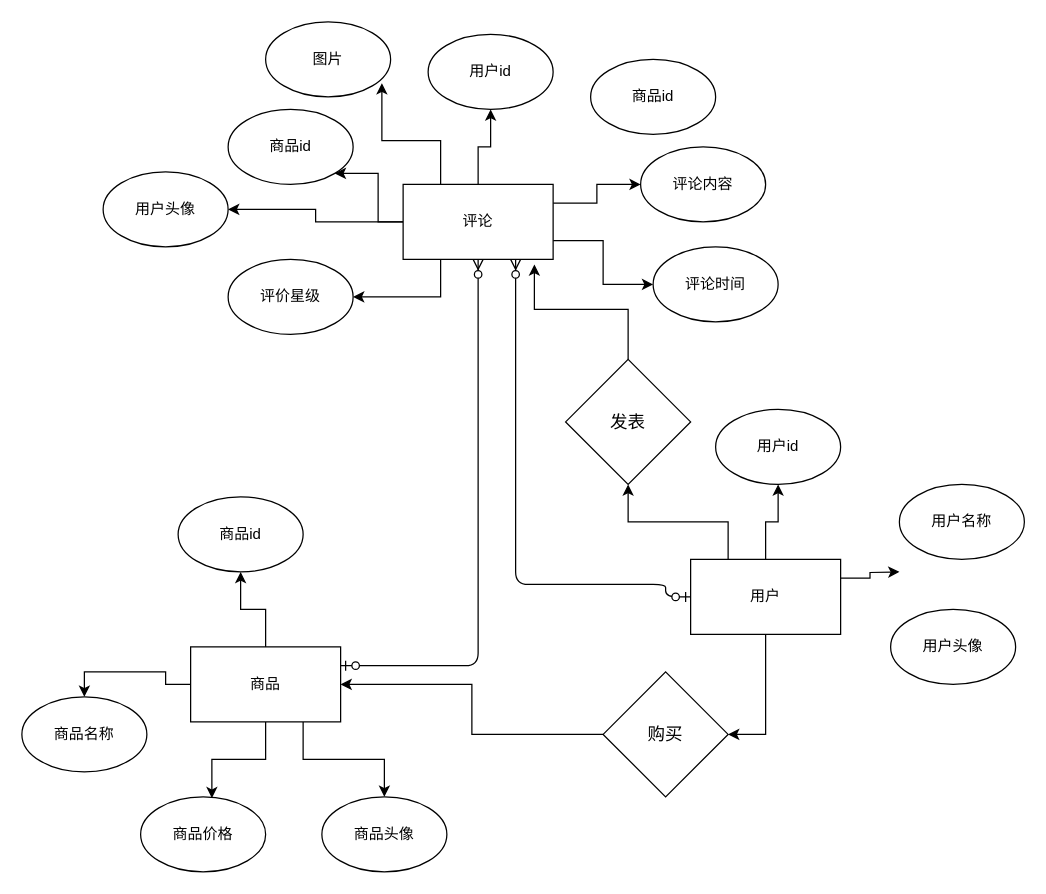
Above: page "Ã§Â¬Â¬ 1 Ã©Â¡Âµ" (1 of 3) of 未命名表单.drawio in tangbaoabo/drad (draw.io), before the change. Source tidied: cells renumbered, new cells numbered last; positions are measured from the earlier drawing's top-left corner, leaving out a move shared by most shapes. Both pictures are drawn from the tidied source at 125%, with x=0, y=0 at pixel (21, 21).
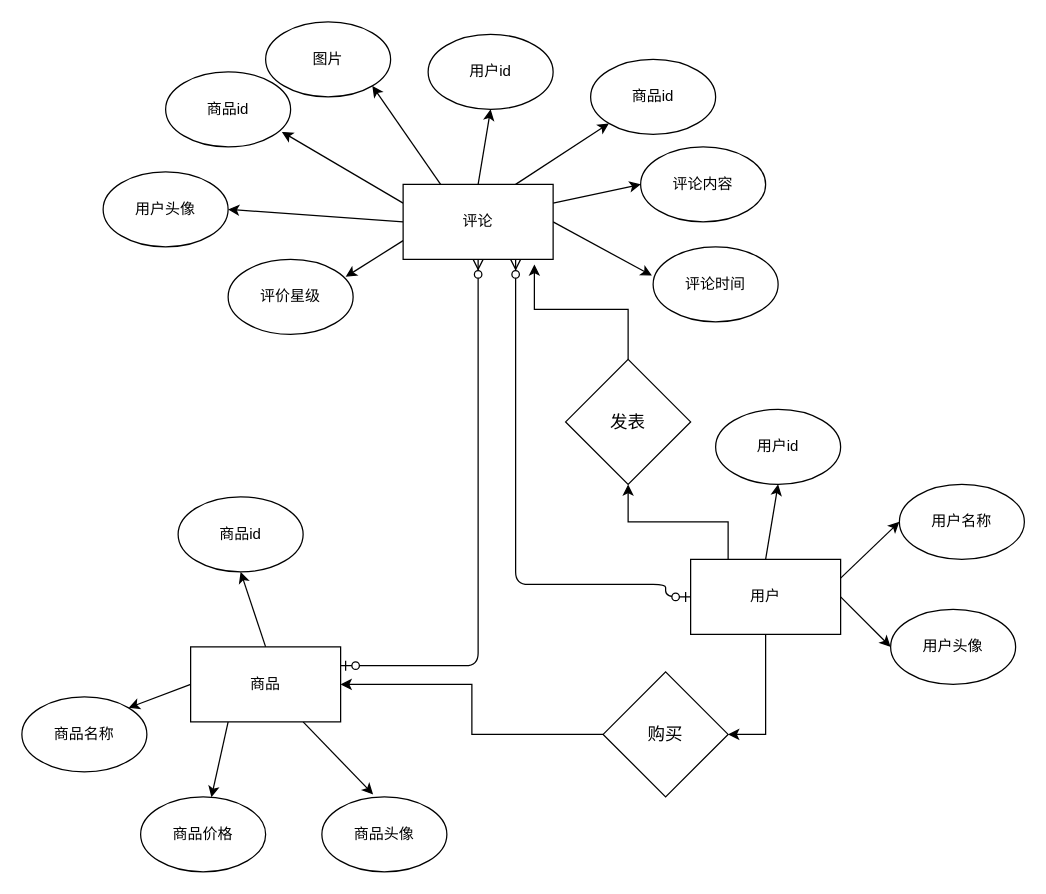
After the change.

Unchanged cells that the change refers to:
```xml
<mxCell id="9" value="评论" style="rounded=0;whiteSpace=wrap;html=1;" parent="1" vertex="1">
  <mxGeometry x="305" y="130" width="120" height="60" as="geometry" />
</mxCell>
<mxCell id="10" value="评论时间" style="ellipse;whiteSpace=wrap;html=1;" parent="1" vertex="1">
  <mxGeometry x="505" y="180" width="100" height="60" as="geometry" />
</mxCell>
<mxCell id="11" value="评论内容" style="ellipse;whiteSpace=wrap;html=1;" parent="1" vertex="1">
  <mxGeometry x="495" y="100" width="100" height="60" as="geometry" />
</mxCell>
<mxCell id="12" value="&lt;font style=&quot;font-size: 12px&quot;&gt;评价星级&lt;/font&gt;" style="ellipse;whiteSpace=wrap;html=1;" parent="1" vertex="1">
  <mxGeometry x="165" y="190" width="100" height="60" as="geometry" />
</mxCell>
<mxCell id="14" value="用户id" style="ellipse;whiteSpace=wrap;html=1;" parent="1" vertex="1">
  <mxGeometry x="325" y="10" width="100" height="60" as="geometry" />
</mxCell>
<mxCell id="19" value="商品" style="rounded=0;whiteSpace=wrap;html=1;" parent="1" vertex="1">
  <mxGeometry x="135" y="500" width="120" height="60" as="geometry" />
</mxCell>
<mxCell id="20" value="商品id" style="ellipse;whiteSpace=wrap;html=1;" parent="1" vertex="1">
  <mxGeometry x="125" y="380" width="100" height="60" as="geometry" />
</mxCell>
<mxCell id="21" value="商品名称" style="ellipse;whiteSpace=wrap;html=1;" parent="1" vertex="1">
  <mxGeometry y="540" width="100" height="60" as="geometry" />
</mxCell>
<mxCell id="22" value="商品价格" style="ellipse;whiteSpace=wrap;html=1;" parent="1" vertex="1">
  <mxGeometry x="95" y="620" width="100" height="60" as="geometry" />
</mxCell>
<mxCell id="23" value="商品头像" style="ellipse;whiteSpace=wrap;html=1;" parent="1" vertex="1">
  <mxGeometry x="240" y="620" width="100" height="60" as="geometry" />
</mxCell>
<mxCell id="28" value="用户" style="rounded=0;whiteSpace=wrap;html=1;" parent="1" vertex="1">
  <mxGeometry x="535" y="430" width="120" height="60" as="geometry" />
</mxCell>
<mxCell id="29" value="用户id" style="ellipse;whiteSpace=wrap;html=1;" parent="1" vertex="1">
  <mxGeometry x="555" y="310" width="100" height="60" as="geometry" />
</mxCell>
<mxCell id="30" value="用户名称" style="ellipse;whiteSpace=wrap;html=1;" parent="1" vertex="1">
  <mxGeometry x="702" y="370" width="100" height="60" as="geometry" />
</mxCell>
<mxCell id="31" value="用户头像" style="ellipse;whiteSpace=wrap;html=1;" parent="1" vertex="1">
  <mxGeometry x="695" y="470" width="100" height="60" as="geometry" />
</mxCell>
<mxCell id="32" value="商品id" style="ellipse;whiteSpace=wrap;html=1;" parent="1" vertex="1">
  <mxGeometry x="455" y="30" width="100" height="60" as="geometry" />
</mxCell>
<mxCell id="33" value="图片" style="ellipse;whiteSpace=wrap;html=1;" parent="1" vertex="1">
  <mxGeometry x="195" width="100" height="60" as="geometry" />
</mxCell>
<mxCell id="34" value="用户头像" style="ellipse;whiteSpace=wrap;html=1;" parent="1" vertex="1">
  <mxGeometry x="65" y="120" width="100" height="60" as="geometry" />
</mxCell>
```

Diff of the diagram source:
```diff
@@
-    <mxCell id="2" style="edgeStyle=orthogonalEdgeStyle;rounded=0;jettySize=auto;html=1;exitX=0.5;exitY=0;exitDx=0;exitDy=0;" parent="1" edge="1" source="9" target="14">
-      <mxGeometry relative="1" as="geometry" />
-    </mxCell>
-    <mxCell id="3" style="edgeStyle=orthogonalEdgeStyle;rounded=0;jettySize=auto;html=1;exitX=0;exitY=0.5;exitDx=0;exitDy=0;entryX=1;entryY=1;entryDx=0;entryDy=0;" parent="1" edge="1" source="9" target="13">
-      <mxGeometry relative="1" as="geometry" />
-    </mxCell>
-    <mxCell id="4" style="edgeStyle=orthogonalEdgeStyle;rounded=0;jettySize=auto;html=1;exitX=0.25;exitY=1;exitDx=0;exitDy=0;entryX=1;entryY=0.5;entryDx=0;entryDy=0;" parent="1" edge="1" source="9" target="12">
-      <mxGeometry relative="1" as="geometry" />
-    </mxCell>
-    <mxCell id="5" style="edgeStyle=orthogonalEdgeStyle;rounded=0;jettySize=auto;html=1;exitX=1;exitY=0.75;exitDx=0;exitDy=0;entryX=0;entryY=0.5;entryDx=0;entryDy=0;" parent="1" edge="1" source="9" target="10">
+    <mxCell id="5" style="edgeStyle=none;rounded=0;jettySize=auto;html=1;exitX=1;exitY=0.5;exitDx=0;exitDy=0;entryX=-0.01;entryY=0.383;entryDx=0;entryDy=0;entryPerimeter=0;" parent="1" edge="1" source="9" target="10">
       <mxGeometry relative="1" as="geometry" />
     </mxCell>
-    <mxCell id="6" style="edgeStyle=orthogonalEdgeStyle;rounded=0;jettySize=auto;html=1;exitX=1;exitY=0.25;exitDx=0;exitDy=0;entryX=0;entryY=0.5;entryDx=0;entryDy=0;" parent="1" edge="1" source="9" target="11">
+    <mxCell id="6" style="edgeStyle=none;rounded=0;jettySize=auto;html=1;exitX=1;exitY=0.25;exitDx=0;exitDy=0;entryX=0;entryY=0.5;entryDx=0;entryDy=0;" parent="1" edge="1" source="9" target="11">
       <mxGeometry relative="1" as="geometry" />
     </mxCell>
+    <mxCell id="41" style="edgeStyle=none;rounded=0;jettySize=auto;html=1;exitX=0.75;exitY=0;exitDx=0;exitDy=0;entryX=0;entryY=1;entryDx=0;entryDy=0;" parent="1" edge="1" source="9" target="32">
+      <mxGeometry relative="1" as="geometry" />
+    </mxCell>
+    <mxCell id="2" style="edgeStyle=none;rounded=0;jettySize=auto;html=1;exitX=0.5;exitY=0;exitDx=0;exitDy=0;entryX=0.5;entryY=1;entryDx=0;entryDy=0;" parent="1" edge="1" source="9" target="14">
+      <mxGeometry relative="1" as="geometry" />
+    </mxCell>
+    <mxCell id="8" style="edgeStyle=none;rounded=0;jettySize=auto;html=1;exitX=0.25;exitY=0;exitDx=0;exitDy=0;entryX=1;entryY=1;entryDx=0;entryDy=0;" parent="1" edge="1" source="9" target="33">
+      <mxGeometry relative="1" as="geometry" />
+    </mxCell>
+    <mxCell id="4" style="edgeStyle=none;rounded=0;jettySize=auto;html=1;exitX=0;exitY=0.75;exitDx=0;exitDy=0;entryX=0.94;entryY=0.233;entryDx=0;entryDy=0;entryPerimeter=0;" parent="1" edge="1" source="9" target="12">
+      <mxGeometry relative="1" as="geometry" />
+    </mxCell>
+    <mxCell id="3" style="edgeStyle=none;rounded=0;jettySize=auto;html=1;exitX=0;exitY=0.25;exitDx=0;exitDy=0;entryX=0.93;entryY=0.8;entryDx=0;entryDy=0;entryPerimeter=0;" parent="1" edge="1" source="9" target="13">
+      <mxGeometry relative="1" as="geometry" />
+    </mxCell>
-    <mxCell id="7" style="edgeStyle=orthogonalEdgeStyle;rounded=0;jettySize=auto;html=1;exitX=0;exitY=0.5;exitDx=0;exitDy=0;entryX=1;entryY=0.5;entryDx=0;entryDy=0;" parent="1" edge="1" source="9" target="34">
+    <mxCell id="7" style="edgeStyle=none;rounded=0;jettySize=auto;html=1;exitX=0;exitY=0.5;exitDx=0;exitDy=0;entryX=1;entryY=0.5;entryDx=0;entryDy=0;" parent="1" edge="1" source="9" target="34">
       <mxGeometry relative="1" as="geometry" />
     </mxCell>
-    <mxCell id="8" style="edgeStyle=orthogonalEdgeStyle;rounded=0;jettySize=auto;html=1;exitX=0.25;exitY=0;exitDx=0;exitDy=0;entryX=0.93;entryY=0.817;entryDx=0;entryDy=0;entryPerimeter=0;" parent="1" edge="1" source="9" target="33">
-      <mxGeometry relative="1" as="geometry" />
-    </mxCell>
@@
     <mxCell id="13" value="商品id" style="ellipse;whiteSpace=wrap;html=1;" parent="1" vertex="1">
-      <mxGeometry x="165" y="70" width="100" height="60" as="geometry" />
+      <mxGeometry x="115" y="40" width="100" height="60" as="geometry" />
     </mxCell>
@@
-    <mxCell id="15" style="edgeStyle=orthogonalEdgeStyle;rounded=0;jettySize=auto;html=1;exitX=0.5;exitY=0;exitDx=0;exitDy=0;entryX=0.5;entryY=1;entryDx=0;entryDy=0;" parent="1" edge="1" source="19" target="20">
+    <mxCell id="15" style="rounded=0;jettySize=auto;html=1;exitX=0.5;exitY=0;exitDx=0;exitDy=0;entryX=0.5;entryY=1;entryDx=0;entryDy=0;" parent="1" edge="1" source="19" target="20">
       <mxGeometry relative="1" as="geometry" />
     </mxCell>
-    <mxCell id="16" style="edgeStyle=orthogonalEdgeStyle;rounded=0;jettySize=auto;html=1;exitX=0;exitY=0.5;exitDx=0;exitDy=0;entryX=0.5;entryY=0;entryDx=0;entryDy=0;" parent="1" edge="1" source="19" target="21">
+    <mxCell id="16" style="edgeStyle=none;rounded=0;jettySize=auto;html=1;exitX=0;exitY=0.5;exitDx=0;exitDy=0;entryX=1;entryY=0;entryDx=0;entryDy=0;" parent="1" edge="1" source="19" target="21">
       <mxGeometry relative="1" as="geometry" />
     </mxCell>
-    <mxCell id="17" style="edgeStyle=orthogonalEdgeStyle;rounded=0;jettySize=auto;html=1;exitX=0.5;exitY=1;exitDx=0;exitDy=0;entryX=0.57;entryY=0.017;entryDx=0;entryDy=0;entryPerimeter=0;" parent="1" edge="1" source="19" target="22">
+    <mxCell id="17" style="edgeStyle=none;rounded=0;jettySize=auto;html=1;exitX=0.25;exitY=1;exitDx=0;exitDy=0;" parent="1" edge="1" source="19" target="22">
       <mxGeometry relative="1" as="geometry" />
     </mxCell>
-    <mxCell id="18" style="edgeStyle=orthogonalEdgeStyle;rounded=0;jettySize=auto;html=1;exitX=0.75;exitY=1;exitDx=0;exitDy=0;entryX=0.5;entryY=0;entryDx=0;entryDy=0;" parent="1" edge="1" source="19" target="23">
+    <mxCell id="18" style="edgeStyle=none;rounded=0;jettySize=auto;html=1;exitX=0.75;exitY=1;exitDx=0;exitDy=0;entryX=0.41;entryY=-0.033;entryDx=0;entryDy=0;entryPerimeter=0;" parent="1" edge="1" source="19" target="23">
       <mxGeometry relative="1" as="geometry" />
     </mxCell>
@@
-    <mxCell id="24" style="edgeStyle=orthogonalEdgeStyle;rounded=0;jettySize=auto;html=1;exitX=0.5;exitY=0;exitDx=0;exitDy=0;entryX=0.5;entryY=1;entryDx=0;entryDy=0;" parent="1" edge="1" source="28" target="29">
-      <mxGeometry relative="1" as="geometry" />
-    </mxCell>
-    <mxCell id="25" style="edgeStyle=orthogonalEdgeStyle;rounded=0;jettySize=auto;html=1;exitX=1;exitY=0.25;exitDx=0;exitDy=0;" parent="1" edge="1" source="28">
-      <mxGeometry relative="1" as="geometry">
-        <mxPoint x="702" y="440" as="targetPoint" />
-      </mxGeometry>
-    </mxCell>
@@
+    <mxCell id="42" style="edgeStyle=none;rounded=0;jettySize=auto;html=1;exitX=1;exitY=0.25;exitDx=0;exitDy=0;entryX=0;entryY=0.5;entryDx=0;entryDy=0;" parent="1" edge="1" source="28" target="30">
+      <mxGeometry relative="1" as="geometry" />
+    </mxCell>
+    <mxCell id="43" style="edgeStyle=none;rounded=0;jettySize=auto;html=1;exitX=1;exitY=0.5;exitDx=0;exitDy=0;entryX=0;entryY=0.5;entryDx=0;entryDy=0;" parent="1" edge="1" source="28" target="31">
+      <mxGeometry relative="1" as="geometry" />
+    </mxCell>
+    <mxCell id="24" style="edgeStyle=none;rounded=0;jettySize=auto;html=1;exitX=0.5;exitY=0;exitDx=0;exitDy=0;entryX=0.5;entryY=1;entryDx=0;entryDy=0;" parent="1" edge="1" source="28" target="29">
+      <mxGeometry relative="1" as="geometry" />
+    </mxCell>
```
